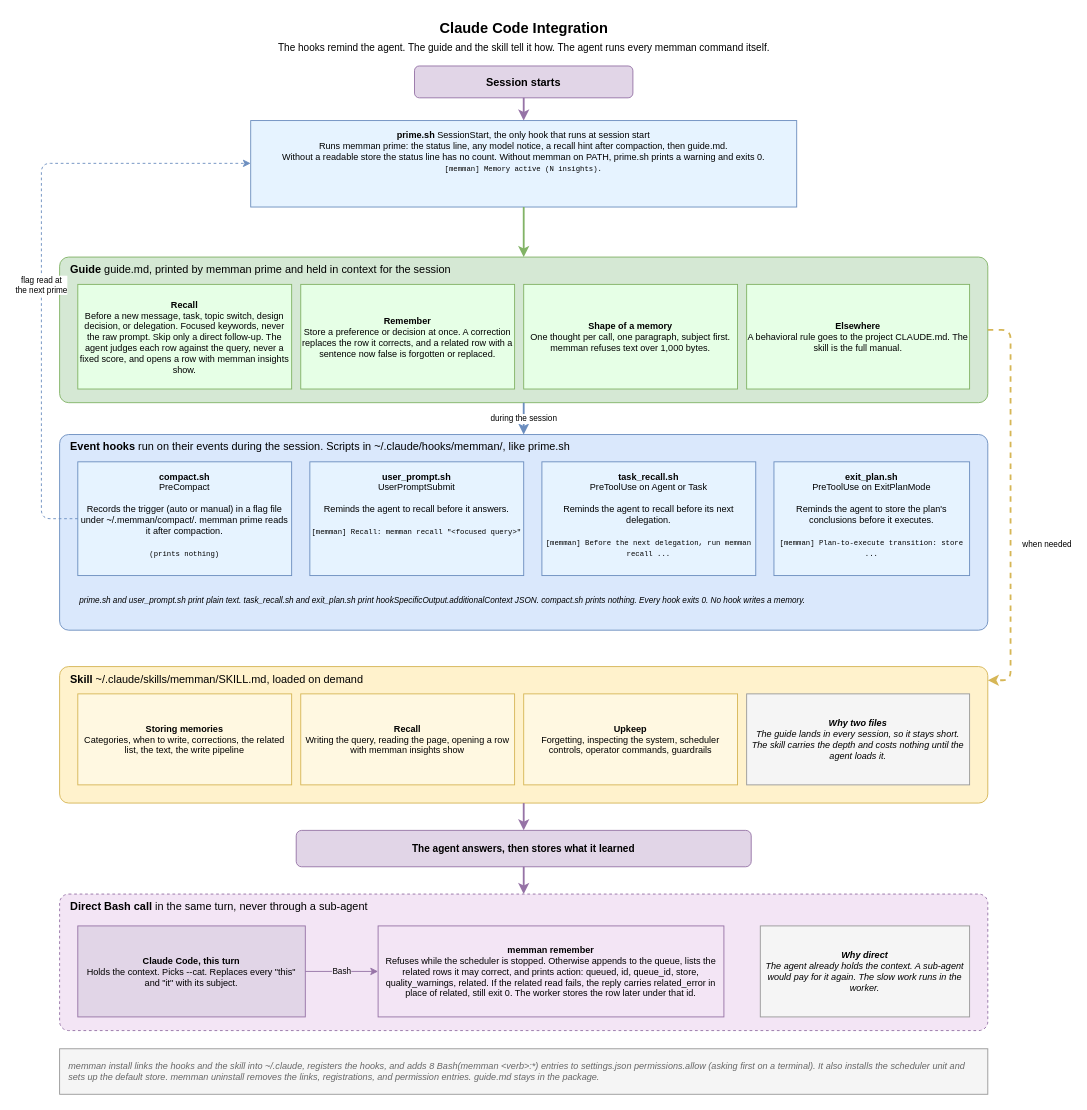
bissli/memman keeps this draw.io diagram as docs/diagrams/06-integration.drawio. Above is the earlier version. Source tidied: cells renumbered, new cells numbered last; positions are measured from the earlier drawing's top-left corner, leaving out a move shared by most shapes. Both pictures are drawn from the tidied source at 91%, with x=0, y=0 at pixel (41, 15).
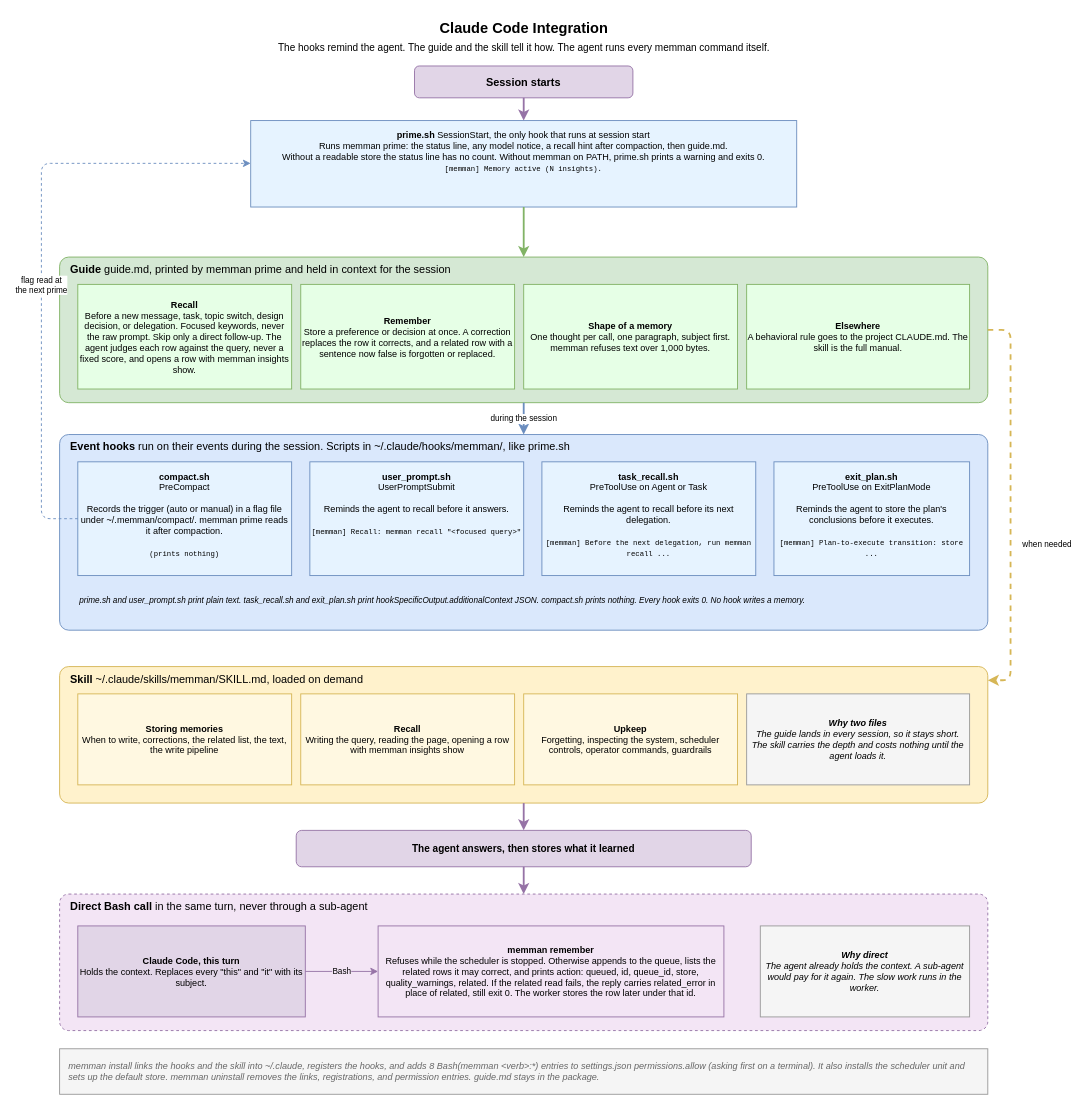
Above is the later version.

Diff of the diagram source:
```diff
@@
-    <mxCell id="17" value="&lt;b&gt;Storing memories&lt;/b&gt;&lt;br&gt;Categories, when to write, corrections, the related list, the text, the write pipeline" style="rounded=0;whiteSpace=wrap;html=1;fillColor=#FFF8E1;strokeColor=#d6b656;fontSize=10;" parent="1" vertex="1">
+    <mxCell id="17" value="&lt;b&gt;Storing memories&lt;/b&gt;&lt;br&gt;When to write, corrections, the related list, the text, the write pipeline" style="rounded=0;whiteSpace=wrap;html=1;fillColor=#FFF8E1;strokeColor=#d6b656;fontSize=10;" parent="1" vertex="1">
       <mxGeometry x="40" y="745" width="235" height="100" as="geometry" />
     </mxCell>
@@
-    <mxCell id="23" value="&lt;b&gt;Claude Code, this turn&lt;/b&gt;&lt;br&gt;Holds the context. Picks --cat. Replaces every &quot;this&quot; and &quot;it&quot; with its subject." style="rounded=0;whiteSpace=wrap;html=1;fillColor=#e1d5e7;strokeColor=#9673a6;fontSize=10;" parent="1" vertex="1">
+    <mxCell id="23" value="&lt;b&gt;Claude Code, this turn&lt;/b&gt;&lt;br&gt;Holds the context. Replaces every &quot;this&quot; and &quot;it&quot; with its subject." style="rounded=0;whiteSpace=wrap;html=1;fillColor=#e1d5e7;strokeColor=#9673a6;fontSize=10;" parent="1" vertex="1">
       <mxGeometry x="40" y="1000" width="250" height="100" as="geometry" />
     </mxCell>
```
